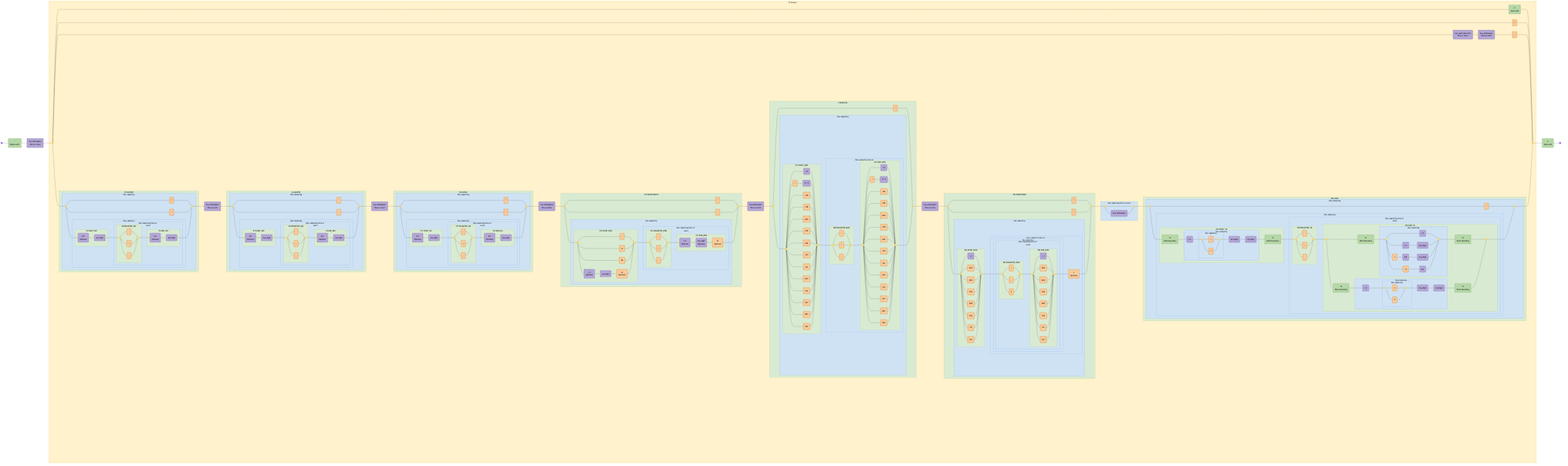
Above: diagrams/cron-schedule.mermaid-diagram.png in tayles/regex-to-mermaid (Mermaid), before the change. Its source is kept beside it as diagrams/cron-schedule.mermaid.
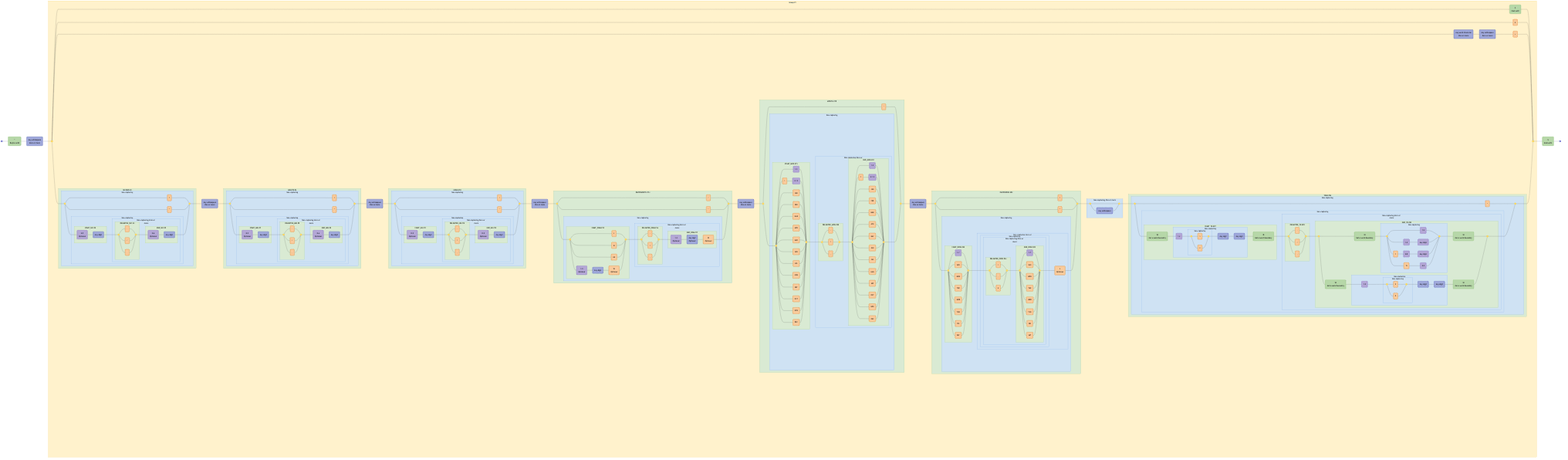
After the change.

Change to the diagram source:
```diff
@@ -7,3 +7,3 @@
   assertion_1("^<br><i>Begins with</i>"):::assertion;
-  char_class_1("Any whitespace<br><i>Zero or more</i>"):::char-class;
+  char_set_1("Any whitespace<br><i>Zero or more</i>"):::char-set;
   disjunction_begin_1:::disjunction@{ shape: f-circ };
@@ -12,4 +12,4 @@
   literal_1("#"):::literal;
-  char_class_2("Any word character<br><i>One or more</i>"):::char-class;
-  char_class_3("Any whitespace<br><i>Zero or more</i>"):::char-class;
+  char_set_2("Any word character<br><i>One or more</i>"):::char-set;
+  char_set_3("Any whitespace<br><i>Zero or more</i>"):::char-set;
   literal_2("="):::literal;
@@ -19,4 +19,4 @@
   literal_4("\*"):::literal;
-  char_class_4("0-5<br><i>Optional</i>"):::char-class;
-  char_class_5("Any digit"):::char-class;
+  char_class_1("0-5<br><i>Optional</i>"):::char-class;
+  char_set_4("Any digit"):::char-set;
   disjunction_begin_3:::disjunction@{ shape: f-circ };
@@ -26,5 +26,5 @@
   literal_7("\,"):::literal;
-  char_class_6("0-6<br><i>Optional</i>"):::char-class;
-  char_class_7("Any digit"):::char-class;
-  char_class_8("Any whitespace<br><i>One or more</i>"):::char-class;
+  char_class_2("0-6<br><i>Optional</i>"):::char-class;
+  char_set_5("Any digit"):::char-set;
+  char_set_6("Any whitespace<br><i>One or more</i>"):::char-set;
   disjunction_begin_4:::disjunction@{ shape: f-circ };
@@ -33,4 +33,4 @@
   literal_9("\*"):::literal;
-  char_class_9("0-5<br><i>Optional</i>"):::char-class;
-  char_class_10("Any digit"):::char-class;
+  char_class_3("0-5<br><i>Optional</i>"):::char-class;
+  char_set_7("Any digit"):::char-set;
   disjunction_begin_5:::disjunction@{ shape: f-circ };
@@ -40,5 +40,5 @@
   literal_12("\,"):::literal;
-  char_class_11("0-6<br><i>Optional</i>"):::char-class;
-  char_class_12("Any digit"):::char-class;
-  char_class_13("Any whitespace<br><i>One or more</i>"):::char-class;
+  char_class_4("0-6<br><i>Optional</i>"):::char-class;
+  char_set_8("Any digit"):::char-set;
+  char_set_9("Any whitespace<br><i>One or more</i>"):::char-set;
   disjunction_begin_6:::disjunction@{ shape: f-circ };
@@ -47,4 +47,4 @@
   literal_14("\*"):::literal;
-  char_class_14("0-2<br><i>Optional</i>"):::char-class;
-  char_class_15("Any digit"):::char-class;
+  char_class_5("0-2<br><i>Optional</i>"):::char-class;
+  char_set_10("Any digit"):::char-set;
   disjunction_begin_7:::disjunction@{ shape: f-circ };
@@ -54,5 +54,5 @@
   literal_17("\,"):::literal;
-  char_class_16("0-2<br><i>Optional</i>"):::char-class;
-  char_class_17("Any digit"):::char-class;
-  char_class_18("Any whitespace<br><i>One or more</i>"):::char-class;
+  char_class_6("0-2<br><i>Optional</i>"):::char-class;
+  char_set_11("Any digit"):::char-set;
+  char_set_12("Any whitespace<br><i>One or more</i>"):::char-set;
   disjunction_begin_8:::disjunction@{ shape: f-circ };
@@ -66,4 +66,4 @@
   literal_22("LW"):::literal;
-  char_class_19("1-3<br><i>Optional</i>"):::char-class;
-  char_class_20("Any digit"):::char-class;
+  char_class_7("1-3<br><i>Optional</i>"):::char-class;
+  char_set_13("Any digit"):::char-set;
   literal_23("W<br><i>Optional</i>"):::literal;
@@ -74,6 +74,6 @@
   literal_26("\,"):::literal;
-  char_class_21("1-3<br><i>Optional</i>"):::char-class;
-  char_class_22("Any digit<br><i>Optional</i>"):::char-class;
+  char_class_8("1-3<br><i>Optional</i>"):::char-class;
+  char_set_14("Any digit<br><i>Optional</i>"):::char-set;
   literal_27("W<br><i>Optional</i>"):::literal;
-  char_class_23("Any whitespace<br><i>One or more</i>"):::char-class;
+  char_set_15("Any whitespace<br><i>One or more</i>"):::char-set;
   disjunction_begin_11:::disjunction@{ shape: f-circ };
@@ -83,5 +83,5 @@
   disjunction_end_12:::disjunction@{ shape: f-circ };
-  char_class_24("1-9"):::char-class;
+  char_class_9("1-9"):::char-class;
   literal_29("1"):::literal;
-  char_class_25("0 1 2"):::char-class;
+  char_class_10("0 1 2"):::char-class;
   literal_30("JAN"):::literal;
@@ -105,5 +105,5 @@
   disjunction_end_14:::disjunction@{ shape: f-circ };
-  char_class_26("1-9"):::char-class;
+  char_class_11("1-9"):::char-class;
   literal_45("1"):::literal;
-  char_class_27("0 1 2"):::char-class;
+  char_class_12("0 1 2"):::char-class;
   literal_46("JAN"):::literal;
@@ -120,3 +120,3 @@
   literal_57("DEC"):::literal;
-  char_class_28("Any whitespace<br><i>One or more</i>"):::char-class;
+  char_set_16("Any whitespace<br><i>One or more</i>"):::char-set;
   disjunction_begin_15:::disjunction@{ shape: f-circ };
@@ -127,3 +127,3 @@
   disjunction_end_16:::disjunction@{ shape: f-circ };
-  char_class_29("1-7"):::char-class;
+  char_class_13("1-7"):::char-class;
   literal_60("SUN"):::literal;
@@ -142,3 +142,3 @@
   disjunction_end_18:::disjunction@{ shape: f-circ };
-  char_class_30("1-7"):::char-class;
+  char_class_14("1-7"):::char-class;
   literal_70("SUN"):::literal;
@@ -153,3 +153,3 @@
   disjunction_end_19:::disjunction@{ shape: f-circ };
-  char_class_31("Any whitespace"):::char-class;
+  char_set_17("Any whitespace"):::char-set;
   disjunction_begin_20:::disjunction@{ shape: f-circ };
@@ -157,4 +157,4 @@
   literal_78("\*"):::literal;
-  assertion_3("\b<br><i>Word boundary</i>"):::assertion;
-  char_class_32("1-2"):::char-class;
+  assertion_3("\B<br><i>Not a word boundary</i>"):::assertion;
+  char_class_15("1-2"):::char-class;
   disjunction_begin_21:::disjunction@{ shape: f-circ };
@@ -163,5 +163,5 @@
   literal_80("0"):::literal;
-  char_class_33("Any digit"):::char-class;
-  char_class_34("Any digit"):::char-class;
-  assertion_4("\b<br><i>Word boundary</i>"):::assertion;
+  char_set_18("Any digit"):::char-set;
+  char_set_19("Any digit"):::char-set;
+  assertion_4("\B<br><i>Not a word boundary</i>"):::assertion;
   disjunction_begin_22:::disjunction@{ shape: f-circ };
@@ -173,16 +173,16 @@
   disjunction_end_23:::disjunction@{ shape: f-circ };
-  assertion_5("\b<br><i>Word boundary</i>"):::assertion;
+  assertion_5("\B<br><i>Not a word boundary</i>"):::assertion;
   disjunction_begin_24:::disjunction@{ shape: f-circ };
   disjunction_end_24:::disjunction@{ shape: f-circ };
-  char_class_35("1-9"):::char-class;
-  char_class_36("1-9"):::char-class;
-  char_class_37("Any digit"):::char-class;
+  char_class_16("1-9"):::char-class;
+  char_class_17("1-9"):::char-class;
+  char_class_18("Any digit"):::char-class;
   literal_84("1"):::literal;
-  char_class_38("0-8"):::char-class;
-  char_class_39("Any digit"):::char-class;
+  char_class_19("0-8"):::char-class;
+  char_class_20("Any digit"):::char-class;
   literal_85("19"):::literal;
-  char_class_40("0-2"):::char-class;
-  assertion_6("\b<br><i>Word boundary</i>"):::assertion;
-  assertion_7("\b<br><i>Word boundary</i>"):::assertion;
-  char_class_41("1-2"):::char-class;
+  char_class_21("0-2"):::char-class;
+  assertion_6("\B<br><i>Not a word boundary</i>"):::assertion;
+  assertion_7("\B<br><i>Not a word boundary</i>"):::assertion;
+  char_class_22("1-2"):::char-class;
   disjunction_begin_25:::disjunction@{ shape: f-circ };
@@ -191,13 +191,13 @@
   literal_87("0"):::literal;
-  char_class_42("Any digit"):::char-class;
-  char_class_43("Any digit"):::char-class;
-  assertion_8("\b<br><i>Word boundary</i>"):::assertion;
+  char_set_20("Any digit"):::char-set;
+  char_set_21("Any digit"):::char-set;
+  assertion_8("\B<br><i>Not a word boundary</i>"):::assertion;
   assertion_9("$<br><i>Ends with</i>"):::assertion;
 
-  subgraph named_capture_2 ["#3 START_SEC"]
-    char_class_4
-    char_class_5
-  end
-
-  subgraph named_capture_3 ["#4 DELIMITER_SEC"]
+  subgraph named_capture_2 ["START_SEC #3"]
+    char_class_1
+    char_set_4
+  end
+
+  subgraph named_capture_3 ["DELIMITER_SEC #4"]
     disjunction_begin_3
@@ -209,5 +209,5 @@
 
-  subgraph named_capture_4 ["#5 END_SEC"]
-    char_class_6
-    char_class_7
+  subgraph named_capture_4 ["END_SEC #5"]
+    char_class_2
+    char_set_5
   end
@@ -238,3 +238,3 @@
 
-  subgraph named_capture_1 ["#2 SECOND"]
+  subgraph named_capture_1 ["SECOND #2"]
     named_capture_2
@@ -247,8 +247,8 @@
 
-  subgraph named_capture_6 ["#7 START_MIN"]
-    char_class_9
-    char_class_10
-  end
-
-  subgraph named_capture_7 ["#8 DELIMITER_MIN"]
+  subgraph named_capture_6 ["START_MIN #7"]
+    char_class_3
+    char_set_7
+  end
+
+  subgraph named_capture_7 ["DELIMITER_MIN #8"]
     disjunction_begin_5
@@ -260,5 +260,5 @@
 
-  subgraph named_capture_8 ["#9 END_MIN"]
-    char_class_11
-    char_class_12
+  subgraph named_capture_8 ["END_MIN #9"]
+    char_class_4
+    char_set_8
   end
@@ -289,3 +289,3 @@
 
-  subgraph named_capture_5 ["#6 MINUTE"]
+  subgraph named_capture_5 ["MINUTE #6"]
     named_capture_6
@@ -298,8 +298,8 @@
 
-  subgraph named_capture_10 ["#11 START_HR"]
-    char_class_14
-    char_class_15
-  end
-
-  subgraph named_capture_11 ["#12 DELIMITER_HR"]
+  subgraph named_capture_10 ["START_HR #11"]
+    char_class_5
+    char_set_10
+  end
+
+  subgraph named_capture_11 ["DELIMITER_HR #12"]
     disjunction_begin_7
@@ -311,5 +311,5 @@
 
-  subgraph named_capture_12 ["#13 END_HR"]
-    char_class_16
-    char_class_17
+  subgraph named_capture_12 ["END_HR #13"]
+    char_class_6
+    char_set_11
   end
@@ -340,3 +340,3 @@
 
-  subgraph named_capture_9 ["#10 HOUR"]
+  subgraph named_capture_9 ["HOUR #10"]
     named_capture_10
@@ -349,3 +349,3 @@
 
-  subgraph named_capture_14 ["#15 START_DOM"]
+  subgraph named_capture_14 ["START_DOM #15"]
     disjunction_begin_9
@@ -355,4 +355,4 @@
     literal_22
-    char_class_19
-    char_class_20
+    char_class_7
+    char_set_13
     literal_23
@@ -360,3 +360,3 @@
 
-  subgraph named_capture_15 ["#16 DELIMITER_DOM"]
+  subgraph named_capture_15 ["DELIMITER_DOM #16"]
     disjunction_begin_10
@@ -368,5 +368,5 @@
 
-  subgraph named_capture_16 ["#17 END_DOM"]
-    char_class_21
-    char_class_22
+  subgraph named_capture_16 ["END_DOM #17"]
+    char_class_8
+    char_set_14
     literal_27
@@ -386,3 +386,3 @@
 
-  subgraph named_capture_13 ["#14 DAYOFMONTH"]
+  subgraph named_capture_13 ["DAYOFMONTH #14"]
     named_capture_14
@@ -398,8 +398,8 @@
 
-  subgraph named_capture_18 ["#19 START_MON"]
+  subgraph named_capture_18 ["START_MON #19"]
     disjunction_begin_12
     disjunction_end_12
-    char_class_24
+    char_class_9
     literal_29
-    char_class_25
+    char_class_10
     literal_30
@@ -418,3 +418,3 @@
 
-  subgraph named_capture_19 ["#20 DELIMITER_MON"]
+  subgraph named_capture_19 ["DELIMITER_MON #20"]
     disjunction_begin_13
@@ -426,8 +426,8 @@
 
-  subgraph named_capture_20 ["#21 END_MON"]
+  subgraph named_capture_20 ["END_MON #21"]
     disjunction_begin_14
     disjunction_end_14
-    char_class_26
+    char_class_11
     literal_45
-    char_class_27
+    char_class_12
     literal_46
@@ -458,3 +458,3 @@
 
-  subgraph named_capture_17 ["#18 MONTH"]
+  subgraph named_capture_17 ["MONTH #18"]
     named_capture_18
@@ -469,6 +469,6 @@
 
-  subgraph named_capture_22 ["#23 START_DOW"]
+  subgraph named_capture_22 ["START_DOW #23"]
     disjunction_begin_16
     disjunction_end_16
-    char_class_29
+    char_class_13
     literal_60
@@ -482,3 +482,3 @@
 
-  subgraph named_capture_23 ["#24 DELIMITER_DOW"]
+  subgraph named_capture_23 ["DELIMITER_DOW #24"]
     disjunction_begin_17
@@ -490,6 +490,6 @@
 
-  subgraph named_capture_24 ["#25 END_DOW"]
+  subgraph named_capture_24 ["END_DOW #25"]
     disjunction_begin_18
     disjunction_end_18
-    char_class_30
+    char_class_14
     literal_70
@@ -531,3 +531,3 @@
 
-  subgraph named_capture_21 ["#22 DAYOFWEEK"]
+  subgraph named_capture_21 ["DAYOFWEEK #22"]
     named_capture_22
@@ -548,3 +548,3 @@
     disjunction_end_19
-    char_class_31
+    char_set_17
   end
@@ -560,8 +560,8 @@
     non_capturing_22
-    char_class_32
-    char_class_33
-    char_class_34
-  end
-
-  subgraph named_capture_26 ["#27 START_YR"]
+    char_class_15
+    char_set_18
+    char_set_19
+  end
+
+  subgraph named_capture_26 ["START_YR #27"]
     non_capturing_22
@@ -572,3 +572,3 @@
 
-  subgraph named_capture_27 ["#28 DELIMITER_YR"]
+  subgraph named_capture_27 ["DELIMITER_YR #28"]
     disjunction_begin_22
@@ -583,10 +583,10 @@
     disjunction_end_24
-    char_class_35
-    char_class_36
-    char_class_37
+    char_class_16
+    char_class_17
+    char_class_18
     literal_84
-    char_class_38
-    char_class_39
+    char_class_19
+    char_class_20
     literal_85
-    char_class_40
+    char_class_21
   end
@@ -602,8 +602,8 @@
     non_capturing_26
-    char_class_41
-    char_class_42
-    char_class_43
-  end
-
-  subgraph named_capture_28 ["#29 END_YR"]
+    char_class_22
+    char_set_20
+    char_set_21
+  end
+
+  subgraph named_capture_28 ["END_YR #29"]
     non_capturing_24
@@ -655,3 +655,3 @@
 
-  subgraph named_capture_25 ["#26 YEAR"]
+  subgraph named_capture_25 ["YEAR #26"]
     non_capturing_22
@@ -669,3 +669,3 @@
 
-  subgraph standard_1 ["#1 Group 1"]
+  subgraph standard_1 ["Group #1"]
     named_capture_2
@@ -728,10 +728,10 @@
     literal_1
-    char_class_2
-    char_class_3
+    char_set_2
+    char_set_3
     literal_2
-    char_class_8
-    char_class_13
-    char_class_18
-    char_class_23
-    char_class_28
+    char_set_6
+    char_set_9
+    char_set_12
+    char_set_15
+    char_set_16
   end
@@ -739,4 +739,4 @@
   start --- assertion_1;
-  assertion_1 --- char_class_1;
-  char_class_1 --- disjunction_begin_1;
+  assertion_1 --- char_set_1;
+  char_set_1 --- disjunction_begin_1;
   disjunction_begin_1 --- assertion_2;
@@ -745,5 +745,5 @@
   literal_1 --- disjunction_end_1;
-  disjunction_begin_1 --- char_class_2;
-  char_class_2 --- char_class_3;
-  char_class_3 --- literal_2;
+  disjunction_begin_1 --- char_set_2;
+  char_set_2 --- char_set_3;
+  char_set_3 --- literal_2;
   literal_2 --- disjunction_end_1;
@@ -754,5 +754,5 @@
   literal_4 --- disjunction_end_2;
-  disjunction_begin_2 --- char_class_4;
-  char_class_4 --- char_class_5;
-  char_class_5 --- disjunction_begin_3;
+  disjunction_begin_2 --- char_class_1;
+  char_class_1 --- char_set_4;
+  char_set_4 --- disjunction_begin_3;
   disjunction_begin_3 --- literal_5;
@@ -763,7 +763,7 @@
   literal_7 --- disjunction_end_3;
-  disjunction_end_3 --- char_class_6;
-  char_class_6 --- char_class_7;
-  char_class_7 --- disjunction_end_2;
-  disjunction_end_2 --- char_class_8;
-  char_class_8 --- disjunction_begin_4;
+  disjunction_end_3 --- char_class_2;
+  char_class_2 --- char_set_5;
+  char_set_5 --- disjunction_end_2;
+  disjunction_end_2 --- char_set_6;
+  char_set_6 --- disjunction_begin_4;
   disjunction_begin_4 --- literal_8;
@@ -772,5 +772,5 @@
   literal_9 --- disjunction_end_4;
-  disjunction_begin_4 --- char_class_9;
-  char_class_9 --- char_class_10;
-  char_class_10 --- disjunction_begin_5;
+  disjunction_begin_4 --- char_class_3;
+  char_class_3 --- char_set_7;
+  char_set_7 --- disjunction_begin_5;
   disjunction_begin_5 --- literal_10;
@@ -781,7 +781,7 @@
   literal_12 --- disjunction_end_5;
-  disjunction_end_5 --- char_class_11;
-  char_class_11 --- char_class_12;
-  char_class_12 --- disjunction_end_4;
-  disjunction_end_4 --- char_class_13;
-  char_class_13 --- disjunction_begin_6;
+  disjunction_end_5 --- char_class_4;
+  char_class_4 --- char_set_8;
+  char_set_8 --- disjunction_end_4;
+  disjunction_end_4 --- char_set_9;
+  char_set_9 --- disjunction_begin_6;
   disjunction_begin_6 --- literal_13;
@@ -790,5 +790,5 @@
   literal_14 --- disjunction_end_6;
-  disjunction_begin_6 --- char_class_14;
-  char_class_14 --- char_class_15;
-  char_class_15 --- disjunction_begin_7;
+  disjunction_begin_6 --- char_class_5;
+  char_class_5 --- char_set_10;
+  char_set_10 --- disjunction_begin_7;
   disjunction_begin_7 --- literal_15;
@@ -799,7 +799,7 @@
   literal_17 --- disjunction_end_7;
-  disjunction_end_7 --- char_class_16;
-  char_class_16 --- char_class_17;
-  char_class_17 --- disjunction_end_6;
-  disjunction_end_6 --- char_class_18;
-  char_class_18 --- disjunction_begin_8;
+  disjunction_end_7 --- char_class_6;
+  char_class_6 --- char_set_11;
+  char_set_11 --- disjunction_end_6;
+  disjunction_end_6 --- char_set_12;
+  char_set_12 --- disjunction_begin_8;
   disjunction_begin_8 --- literal_18;
@@ -815,5 +815,5 @@
   literal_22 --- disjunction_end_9;
-  disjunction_begin_9 --- char_class_19;
-  char_class_19 --- char_class_20;
-  char_class_20 --- literal_23;
+  disjunction_begin_9 --- char_class_7;
+  char_class_7 --- char_set_13;
+  char_set_13 --- literal_23;
   literal_23 --- disjunction_end_9;
@@ -826,8 +826,8 @@
   literal_26 --- disjunction_end_10;
-  disjunction_end_10 --- char_class_21;
-  char_class_21 --- char_class_22;
-  char_class_22 --- literal_27;
+  disjunction_end_10 --- char_class_8;
+  char_class_8 --- char_set_14;
+  char_set_14 --- literal_27;
   literal_27 --- disjunction_end_8;
-  disjunction_end_8 --- char_class_23;
-  char_class_23 --- disjunction_begin_11;
+  disjunction_end_8 --- char_set_15;
+  char_set_15 --- disjunction_begin_11;
   disjunction_begin_11 --- literal_28;
@@ -835,7 +835,7 @@
   disjunction_begin_11 --- disjunction_begin_12;
-  disjunction_begin_12 --- char_class_24;
-  char_class_24 --- disjunction_end_12;
+  disjunction_begin_12 --- char_class_9;
+  char_class_9 --- disjunction_end_12;
   disjunction_begin_12 --- literal_29;
-  literal_29 --- char_class_25;
-  char_class_25 --- disjunction_end_12;
+  literal_29 --- char_class_10;
+  char_class_10 --- disjunction_end_12;
   disjunction_begin_12 --- literal_30;
@@ -872,7 +872,7 @@
   disjunction_end_13 --- disjunction_begin_14;
-  disjunction_begin_14 --- char_class_26;
-  char_class_26 --- disjunction_end_14;
+  disjunction_begin_14 --- char_class_11;
+  char_class_11 --- disjunction_end_14;
   disjunction_begin_14 --- literal_45;
-  literal_45 --- char_class_27;
-  char_class_27 --- disjunction_end_14;
+  literal_45 --- char_class_12;
+  char_class_12 --- disjunction_end_14;
   disjunction_begin_14 --- literal_46;
@@ -902,4 +902,4 @@
   disjunction_end_14 --- disjunction_end_11;
-  disjunction_end_11 --- char_class_28;
-  char_class_28 --- disjunction_begin_15;
+  disjunction_end_11 --- char_set_16;
+  char_set_16 --- disjunction_begin_15;
   disjunction_begin_15 --- literal_58;
@@ -909,4 +909,4 @@
   disjunction_begin_15 --- disjunction_begin_16;
-  disjunction_begin_16 --- char_class_29;
-  char_class_29 --- disjunction_end_16;
+  disjunction_begin_16 --- char_class_13;
+  char_class_13 --- disjunction_end_16;
   disjunction_begin_16 --- literal_60;
@@ -933,4 +933,4 @@
   disjunction_end_17 --- disjunction_begin_18;
-  disjunction_begin_18 --- char_class_30;
-  char_class_30 --- disjunction_end_18;
+  disjunction_begin_18 --- char_class_14;
+  char_class_14 --- disjunction_end_18;
   disjunction_begin_18 --- literal_70;
@@ -953,4 +953,4 @@
   disjunction_begin_19 --- disjunction_end_19;
-  disjunction_begin_19 --- char_class_31;
-  char_class_31 --- disjunction_end_19;
+  disjunction_begin_19 --- char_set_17;
+  char_set_17 --- disjunction_end_19;
   disjunction_end_19 --- disjunction_begin_20;
@@ -959,4 +959,4 @@
   disjunction_begin_20 --- assertion_3;
-  assertion_3 --- char_class_32;
-  char_class_32 --- disjunction_begin_21;
+  assertion_3 --- char_class_15;
+  char_class_15 --- disjunction_begin_21;
   disjunction_begin_21 --- literal_79;
@@ -965,5 +965,5 @@
   literal_80 --- disjunction_end_21;
-  disjunction_end_21 --- char_class_33;
-  char_class_33 --- char_class_34;
-  char_class_34 --- assertion_4;
+  disjunction_end_21 --- char_set_18;
+  char_set_18 --- char_set_19;
+  char_set_19 --- assertion_4;
   assertion_4 --- disjunction_begin_22;
@@ -978,14 +978,14 @@
   assertion_5 --- disjunction_begin_24;
-  disjunction_begin_24 --- char_class_35;
-  char_class_35 --- disjunction_end_24;
-  disjunction_begin_24 --- char_class_36;
-  char_class_36 --- char_class_37;
-  char_class_37 --- disjunction_end_24;
+  disjunction_begin_24 --- char_class_16;
+  char_class_16 --- disjunction_end_24;
+  disjunction_begin_24 --- char_class_17;
+  char_class_17 --- char_class_18;
+  char_class_18 --- disjunction_end_24;
   disjunction_begin_24 --- literal_84;
-  literal_84 --- char_class_38;
-  char_class_38 --- char_class_39;
-  char_class_39 --- disjunction_end_24;
+  literal_84 --- char_class_19;
+  char_class_19 --- char_class_20;
+  char_class_20 --- disjunction_end_24;
   disjunction_begin_24 --- literal_85;
-  literal_85 --- char_class_40;
-  char_class_40 --- disjunction_end_24;
+  literal_85 --- char_class_21;
+  char_class_21 --- disjunction_end_24;
   disjunction_end_24 --- assertion_6;
@@ -993,4 +993,4 @@
   disjunction_begin_23 --- assertion_7;
-  assertion_7 --- char_class_41;
-  char_class_41 --- disjunction_begin_25;
+  assertion_7 --- char_class_22;
+  char_class_22 --- disjunction_begin_25;
   disjunction_begin_25 --- literal_86;
@@ -999,5 +999,5 @@
   literal_87 --- disjunction_end_25;
-  disjunction_end_25 --- char_class_42;
-  char_class_42 --- char_class_43;
-  char_class_43 --- assertion_8;
+  disjunction_end_25 --- char_set_20;
+  char_set_20 --- char_set_21;
+  char_set_21 --- assertion_8;
   assertion_8 --- disjunction_end_23;
@@ -1009,5 +1009,6 @@
   classDef assertion fill:#B6D7A8,stroke:#93C47D,color:#000000;
-  classDef char-class fill:#B4A7D6,stroke:#8E7CC3,color:#000000;
+  classDef char-set fill:#9FA8DA,stroke:#5C6BC0,color:#000000;
   classDef disjunction fill:#FFD966,stroke:#F1C232,color:#000000;
   classDef literal fill:#F9CB9C,stroke:#E69138,color:#000000;
+  classDef char-class fill:#B4A7D6,stroke:#8E7CC3,color:#000000;
 
```
